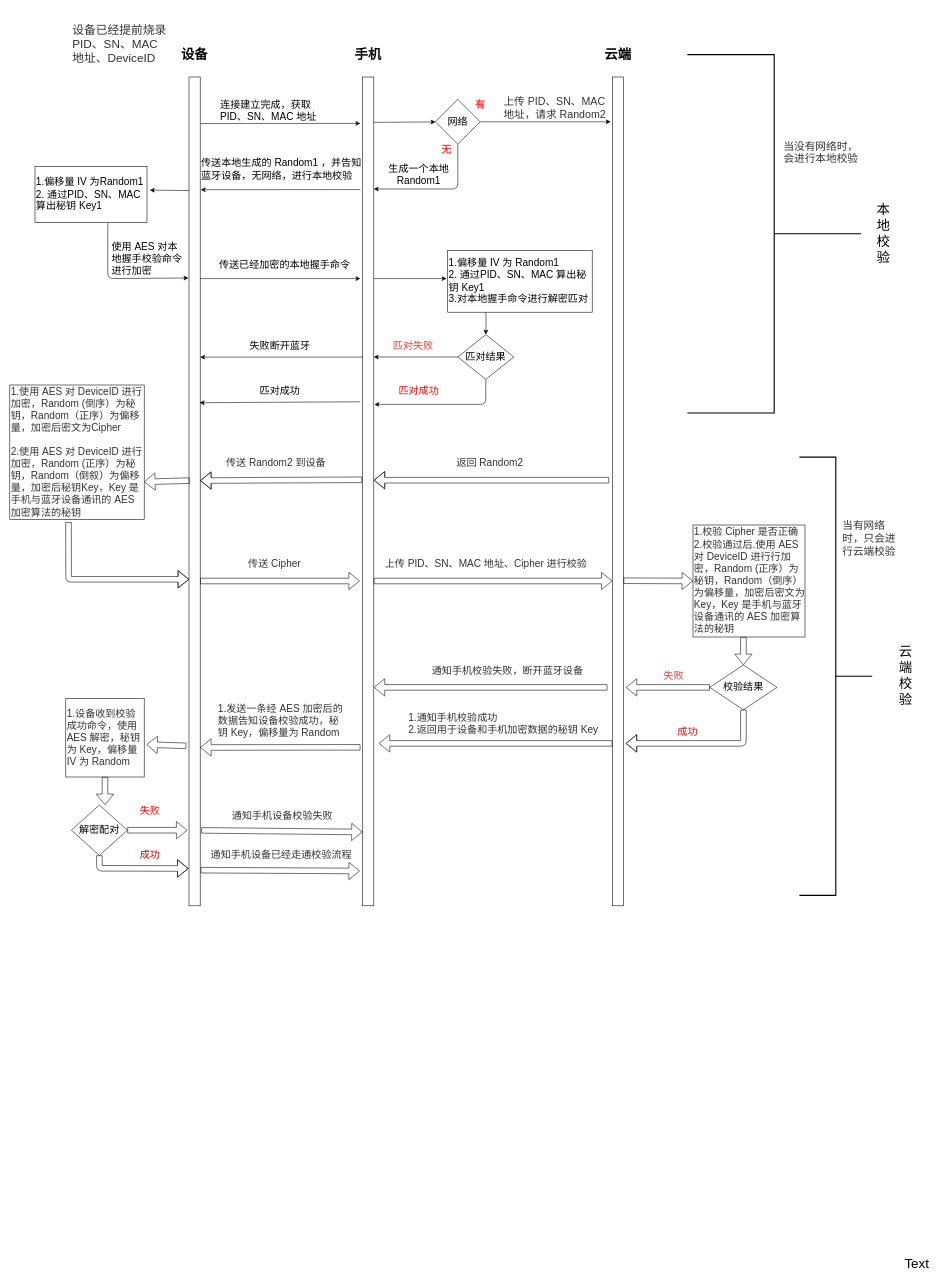
This is Untitled Diagram.drawio from luyonghe/apple-developer-documentation-chinese, a draw.io file, before an edit. Source tidied: cells renumbered, new cells numbered last; positions are measured from the earlier drawing's top-left corner, leaving out a move shared by most shapes. Both pictures are drawn from the tidied source at 56%, with x=0, y=0 at pixel (10, 10).
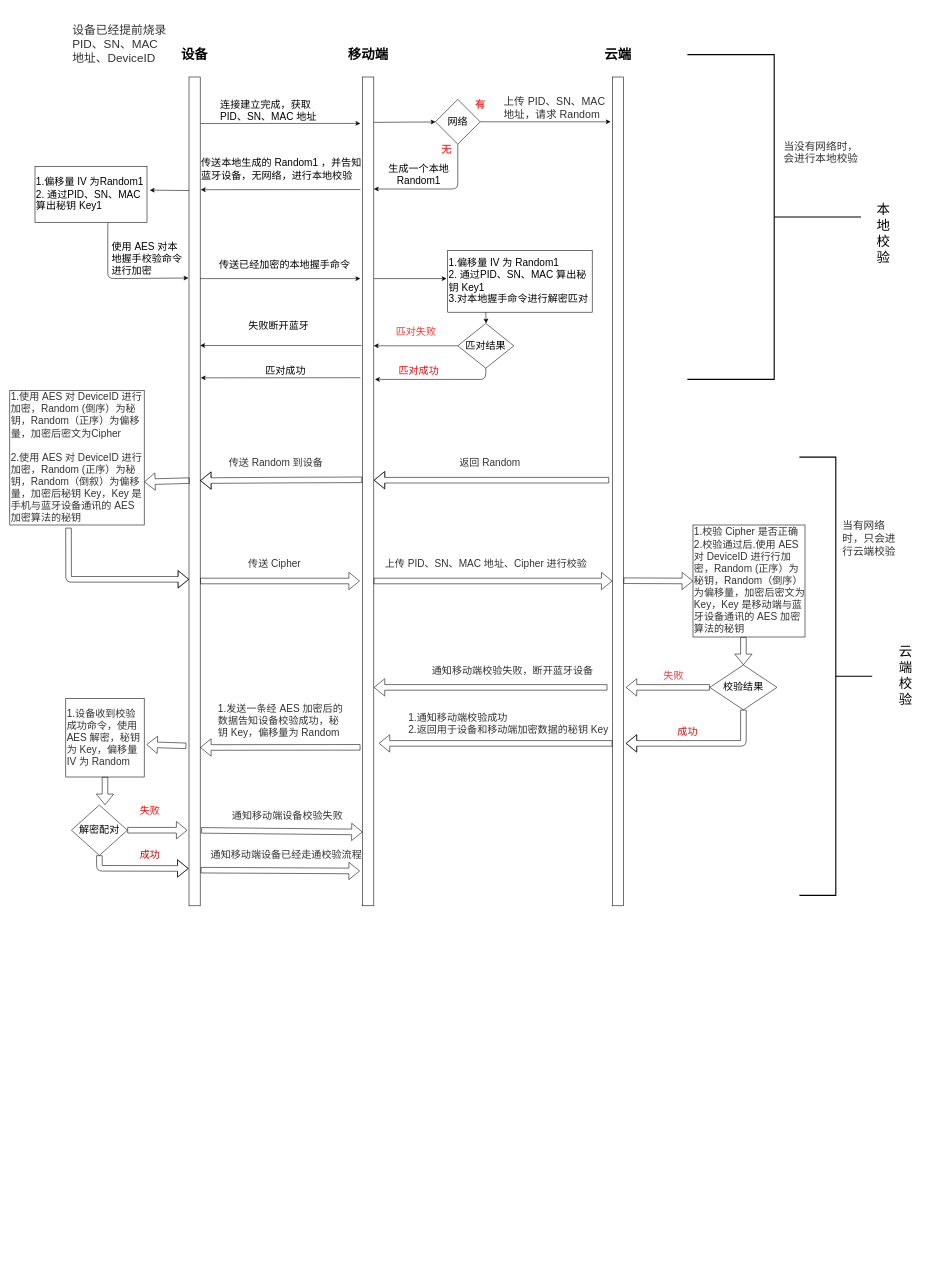
After the change.

The change refers to these unchanged cells:
```xml
<mxCell id="2" style="html=1;points=[];perimeter=orthogonalPerimeter;" parent="1" vertex="1">
  <mxGeometry x="630" y="120" width="20" height="1480" as="geometry" />
</mxCell>
<mxCell id="7" style="html=1;points=[];perimeter=orthogonalPerimeter;" parent="1" vertex="1">
  <mxGeometry x="320" y="120" width="20" height="1480" as="geometry" />
</mxCell>
```

Diff of the diagram source:
```diff
@@
-    <mxCell id="5" value="&lt;h1&gt;手机&lt;/h1&gt;&lt;p&gt;&lt;br&gt;&lt;/p&gt;" style="text;html=1;strokeColor=none;fillColor=none;spacing=5;spacingTop=-20;whiteSpace=wrap;overflow=hidden;rounded=0;align=center;" parent="1" vertex="1">
+    <mxCell id="5" value="&lt;h1&gt;移动端&lt;/h1&gt;&lt;p&gt;&lt;br&gt;&lt;/p&gt;" style="text;html=1;strokeColor=none;fillColor=none;spacing=5;spacingTop=-20;whiteSpace=wrap;overflow=hidden;rounded=0;align=center;" parent="1" vertex="1">
       <mxGeometry x="580" y="60" width="120" height="40" as="geometry" />
     </mxCell>
@@
-    <mxCell id="15" value="&lt;span style=&quot;color: rgb(50 , 50 , 50) ; font-size: 19px ; text-align: center ; background-color: rgba(255 , 255 , 255 , 0.01)&quot;&gt;上传 PID、SN、MAC地址，请求 Random2&amp;nbsp;&lt;/span&gt;" style="text;html=1;strokeColor=none;fillColor=none;align=left;verticalAlign=middle;whiteSpace=wrap;rounded=0;fontSize=19;" parent="1" vertex="1">
+    <mxCell id="15" value="&lt;span style=&quot;color: rgb(50 , 50 , 50) ; font-size: 19px ; text-align: center ; background-color: rgba(255 , 255 , 255 , 0.01)&quot;&gt;上传 PID、SN、MAC地址，请求 Random&amp;nbsp;&lt;/span&gt;" style="text;html=1;strokeColor=none;fillColor=none;align=left;verticalAlign=middle;whiteSpace=wrap;rounded=0;fontSize=19;" parent="1" vertex="1">
       <mxGeometry x="880" y="160" width="190" height="30" as="geometry" />
     </mxCell>
-    <mxCell id="16" style="endArrow=classic;html=1;exitX=0.05;exitY=0.338;exitDx=0;exitDy=0;exitPerimeter=0;" parent="1" edge="1" source="2" target="7">
+    <mxCell id="16" style="endArrow=classic;html=1;exitX=-0.1;exitY=0.324;exitDx=0;exitDy=0;exitPerimeter=0;" parent="1" edge="1" source="2" target="7">
       <mxGeometry relative="1" as="geometry" />
     </mxCell>
@@
     <mxCell id="27" value="匹对结果" style="rhombus;whiteSpace=wrap;html=1;align=center;fontSize=18;" parent="1" vertex="1">
-      <mxGeometry x="800" y="580" width="100" height="80" as="geometry" />
+      <mxGeometry x="800" y="560" width="100" height="80" as="geometry" />
     </mxCell>
@@
     <mxCell id="29" value="匹对失败" style="text;html=1;align=center;verticalAlign=middle;fontSize=18;fontColor=#FF3333;" parent="1" vertex="1">
-      <mxGeometry x="675" y="585" width="90" height="30" as="geometry" />
+      <mxGeometry x="680" y="560" width="90" height="30" as="geometry" />
     </mxCell>
     <mxCell id="30" value="失败断开蓝牙" style="text;html=1;align=center;verticalAlign=middle;fontSize=18;" parent="1" vertex="1">
-      <mxGeometry x="422" y="585" width="120" height="30" as="geometry" />
+      <mxGeometry x="420" y="550" width="120" height="30" as="geometry" />
     </mxCell>
-    <mxCell id="31" style="edgeStyle=segmentEdgeStyle;endArrow=classic;html=1;exitX=0.5;exitY=1;exitDx=0;exitDy=0;entryX=1.05;entryY=0.395;entryDx=0;entryDy=0;entryPerimeter=0;" parent="1" edge="1" source="27" target="2">
+    <mxCell id="31" style="edgeStyle=segmentEdgeStyle;endArrow=classic;html=1;exitX=0.5;exitY=1;exitDx=0;exitDy=0;" parent="1" edge="1" source="27">
       <mxGeometry relative="1" as="geometry">
+        <mxPoint x="652" y="660" as="targetPoint" />
         <Array as="points">
-          <mxPoint x="850" y="705" />
+          <mxPoint x="850" y="660" />
         </Array>
       </mxGeometry>
     </mxCell>
     <mxCell id="32" value="匹对成功" style="text;html=1;align=center;verticalAlign=middle;fontSize=18;fontColor=#FF0000;" parent="1" vertex="1">
-      <mxGeometry x="685" y="665" width="90" height="30" as="geometry" />
+      <mxGeometry x="685" y="630" width="90" height="30" as="geometry" />
     </mxCell>
-    <mxCell id="33" style="endArrow=classic;html=1;entryX=0.95;entryY=0.393;entryDx=0;entryDy=0;entryPerimeter=0;" parent="1" edge="1" target="7">
+    <mxCell id="33" style="endArrow=classic;html=1;entryX=1.05;entryY=0.363;entryDx=0;entryDy=0;entryPerimeter=0;" parent="1" edge="1" target="7">
       <mxGeometry relative="1" as="geometry">
-        <mxPoint x="626" y="700" as="sourcePoint" />
+        <mxPoint x="626" y="657" as="sourcePoint" />
       </mxGeometry>
     </mxCell>
     <mxCell id="34" value="匹对成功" style="text;html=1;align=center;verticalAlign=middle;fontSize=18;" parent="1" vertex="1">
-      <mxGeometry x="437" y="665" width="90" height="30" as="geometry" />
+      <mxGeometry x="446.5" y="630" width="90" height="30" as="geometry" />
     </mxCell>
@@
-    <mxCell id="37" value="&lt;span style=&quot;color: rgb(50, 50, 50); font-size: 18px; background-color: rgba(255, 255, 255, 0.01);&quot;&gt;返回 Random2&lt;/span&gt;" style="text;html=1;align=center;verticalAlign=middle;fontSize=18;" parent="1" vertex="1">
-      <mxGeometry x="792" y="795" width="130" height="30" as="geometry" />
+    <mxCell id="37" value="&lt;span style=&quot;color: rgb(50 , 50 , 50) ; font-size: 18px ; background-color: rgba(255 , 255 , 255 , 0.01)&quot;&gt;返回 Random&lt;/span&gt;" style="text;html=1;align=center;verticalAlign=middle;fontSize=18;" parent="1" vertex="1">
+      <mxGeometry x="797" y="795" width="120" height="30" as="geometry" />
     </mxCell>
@@
-    <mxCell id="39" value="&lt;span style=&quot;color: rgb(50, 50, 50); font-size: 18px; background-color: rgba(255, 255, 255, 0.01);&quot;&gt;传送 Random2 到设备&lt;/span&gt;" style="text;html=1;align=center;verticalAlign=middle;fontSize=18;" parent="1" vertex="1">
-      <mxGeometry x="380" y="795" width="190" height="30" as="geometry" />
+    <mxCell id="39" value="&lt;span style=&quot;color: rgb(50 , 50 , 50) ; font-size: 18px ; background-color: rgba(255 , 255 , 255 , 0.01)&quot;&gt;传送 Random 到设备&lt;/span&gt;" style="text;html=1;align=center;verticalAlign=middle;fontSize=18;" parent="1" vertex="1">
+      <mxGeometry x="385" y="795" width="180" height="30" as="geometry" />
     </mxCell>
@@
-    <mxCell id="41" value="&lt;div style=&quot;resize: none; outline: none; font-size: 18px; color: rgb(50, 50, 50); background-color: rgba(255, 255, 255, 0.01);&quot;&gt;1.使用 AES 对 DeviceID 进行加密，Random (倒序）为秘钥，Random（正序）为偏移量，加密后密文为Cipher&lt;/div&gt;&lt;div style=&quot;resize: none; outline: none; font-size: 18px; color: rgb(50, 50, 50); background-color: rgba(255, 255, 255, 0.01);&quot;&gt;&lt;br style=&quot;font-size: 18px;&quot;&gt;&lt;/div&gt;&lt;span style=&quot;color: rgb(50, 50, 50); font-size: 18px; background-color: rgba(255, 255, 255, 0.01);&quot;&gt;2.使用 AES 对 DeviceID 进行加密，Random (正序）为秘钥，Random（倒叙）为偏移量，加密后秘钥Key，Key 是手机与蓝牙设备通讯的 AES 加密算法的秘钥&lt;/span&gt;" style="whiteSpace=wrap;html=1;fontColor=#000000;align=left;fontSize=18;" parent="1" vertex="1">
-      <mxGeometry y="670" width="240" height="240" as="geometry" />
+    <mxCell id="41" value="&lt;div style=&quot;resize: none ; outline: none ; font-size: 18px ; color: rgb(50 , 50 , 50) ; background-color: rgba(255 , 255 , 255 , 0.01)&quot;&gt;1.使用 AES 对 DeviceID 进行加密，Random (倒序）为秘钥，Random（正序）为偏移量，加密后密文为Cipher&lt;/div&gt;&lt;div style=&quot;resize: none ; outline: none ; font-size: 18px ; color: rgb(50 , 50 , 50) ; background-color: rgba(255 , 255 , 255 , 0.01)&quot;&gt;&lt;br style=&quot;font-size: 18px&quot;&gt;&lt;/div&gt;&lt;span style=&quot;color: rgb(50 , 50 , 50) ; font-size: 18px ; background-color: rgba(255 , 255 , 255 , 0.01)&quot;&gt;2.使用 AES 对 DeviceID 进行加密，Random (正序）为秘钥，Random（倒叙）为偏移量，加密后秘钥 Key，Key 是手机与蓝牙设备通讯的 AES 加密算法的秘钥&lt;/span&gt;" style="whiteSpace=wrap;html=1;fontColor=#000000;align=left;fontSize=18;" parent="1" vertex="1">
+      <mxGeometry y="680" width="240" height="240" as="geometry" />
     </mxCell>
@@
-    <mxCell id="48" value="&lt;span style=&quot;color: rgb(50, 50, 50); font-size: 18px; background-color: rgba(255, 255, 255, 0.01);&quot;&gt;1.校验 Cipher 是否正确&lt;/span&gt;&lt;div style=&quot;resize: none; outline: none; font-size: 18px; color: rgb(50, 50, 50); background-color: rgba(255, 255, 255, 0.01);&quot;&gt;2.校验通过后.使用 AES 对 DeviceID 进行行加密，Random (正序）为秘钥，Random（倒序）为偏移量，加密后密文为Key，Key 是手机与蓝牙设备通讯的 AES 加密算法的秘钥&lt;/div&gt;" style="whiteSpace=wrap;html=1;fontColor=#000000;align=left;fontSize=18;" parent="1" vertex="1">
+    <mxCell id="48" value="&lt;span style=&quot;color: rgb(50 , 50 , 50) ; font-size: 18px ; background-color: rgba(255 , 255 , 255 , 0.01)&quot;&gt;1.校验 Cipher 是否正确&lt;/span&gt;&lt;div style=&quot;resize: none ; outline: none ; font-size: 18px ; color: rgb(50 , 50 , 50) ; background-color: rgba(255 , 255 , 255 , 0.01)&quot;&gt;2.校验通过后.使用 AES 对 DeviceID 进行行加密，Random (正序）为秘钥，Random（倒序）为偏移量，加密后密文为Key，Key 是移动端与蓝牙设备通讯的 AES 加密算法的秘钥&lt;/div&gt;" style="whiteSpace=wrap;html=1;fontColor=#000000;align=left;fontSize=18;" parent="1" vertex="1">
       <mxGeometry x="1220" y="920" width="200" height="200" as="geometry" />
     </mxCell>
@@
-    <mxCell id="56" value="&lt;span style=&quot;color: rgb(50, 50, 50); font-size: 18px; text-align: center; background-color: rgba(255, 255, 255, 0.01);&quot;&gt;通知手机校验失败，断开蓝牙设备&lt;/span&gt;" style="text;html=1;align=left;verticalAlign=middle;fontSize=18;" parent="1" vertex="1">
-      <mxGeometry x="752" y="1165" width="290" height="30" as="geometry" />
+    <mxCell id="56" value="&lt;span style=&quot;color: rgb(50 , 50 , 50) ; font-size: 18px ; text-align: center ; background-color: rgba(255 , 255 , 255 , 0.01)&quot;&gt;通知移动端校验失败，断开蓝牙设备&lt;/span&gt;" style="text;html=1;align=left;verticalAlign=middle;fontSize=18;" parent="1" vertex="1">
+      <mxGeometry x="752" y="1165" width="300" height="30" as="geometry" />
     </mxCell>
@@
-    <mxCell id="58" value="&lt;span style=&quot;color: rgb(50, 50, 50); font-size: 18px; background-color: rgba(255, 255, 255, 0.01);&quot;&gt;1.通知手机校验成功&lt;/span&gt;&lt;div style=&quot;resize: none; outline: none; font-size: 18px; color: rgb(50, 50, 50); background-color: rgba(255, 255, 255, 0.01);&quot;&gt;2.返回用于设备和手机加密数据的秘钥 Key&lt;/div&gt;" style="text;html=1;align=left;verticalAlign=middle;fontSize=18;" parent="1" vertex="1">
-      <mxGeometry x="710" y="1250" width="350" height="50" as="geometry" />
+    <mxCell id="58" value="&lt;span style=&quot;color: rgb(50 , 50 , 50) ; font-size: 18px ; background-color: rgba(255 , 255 , 255 , 0.01)&quot;&gt;1.通知移动端校验成功&lt;/span&gt;&lt;div style=&quot;resize: none ; outline: none ; font-size: 18px ; color: rgb(50 , 50 , 50) ; background-color: rgba(255 , 255 , 255 , 0.01)&quot;&gt;2.返回用于设备和移动端加密数据的秘钥 Key&lt;/div&gt;" style="text;html=1;align=left;verticalAlign=middle;fontSize=18;" parent="1" vertex="1">
+      <mxGeometry x="710" y="1250" width="370" height="50" as="geometry" />
     </mxCell>
@@
-    <mxCell id="72" value="&lt;span style=&quot;color: rgb(50, 50, 50); font-size: 18px; background-color: rgba(255, 255, 255, 0.01);&quot;&gt;通知手机设备校验失败&lt;/span&gt;" style="text;html=1;align=left;verticalAlign=middle;fontSize=18;" parent="1" vertex="1">
-      <mxGeometry x="395" y="1425" width="200" height="30" as="geometry" />
+    <mxCell id="72" value="&lt;span style=&quot;color: rgb(50 , 50 , 50) ; font-size: 18px ; background-color: rgba(255 , 255 , 255 , 0.01)&quot;&gt;通知移动端设备校验失败&lt;/span&gt;" style="text;html=1;align=left;verticalAlign=middle;fontSize=18;" parent="1" vertex="1">
+      <mxGeometry x="395" y="1425" width="210" height="30" as="geometry" />
     </mxCell>
-    <mxCell id="73" value="&lt;span style=&quot;color: rgb(50, 50, 50); font-size: 18px; background-color: rgba(255, 255, 255, 0.01);&quot;&gt;通知手机设备已经走通校验流程&lt;/span&gt;" style="text;html=1;align=left;verticalAlign=middle;fontSize=18;" parent="1" vertex="1">
-      <mxGeometry x="356.5" y="1495" width="270" height="30" as="geometry" />
+    <mxCell id="73" value="&lt;span style=&quot;color: rgb(50 , 50 , 50) ; font-size: 18px ; background-color: rgba(255 , 255 , 255 , 0.01)&quot;&gt;通知移动端设备已经走通校验流程&lt;/span&gt;" style="text;html=1;align=left;verticalAlign=middle;fontSize=18;" parent="1" vertex="1">
+      <mxGeometry x="356.5" y="1495" width="290" height="30" as="geometry" />
     </mxCell>
@@
     <mxCell id="77" style="strokeWidth=2;html=1;shape=mxgraph.flowchart.annotation_2;align=left;labelPosition=right;fontSize=18;fontColor=#CC0000;direction=west;" parent="1" vertex="1">
-      <mxGeometry x="1210" y="80" width="310" height="640" as="geometry" />
+      <mxGeometry x="1210" y="80" width="310" height="580" as="geometry" />
     </mxCell>
@@
-    <mxCell id="83" value="Text" style="text;html=1;strokeColor=none;fillColor=none;align=center;verticalAlign=middle;whiteSpace=wrap;rounded=0;fontSize=24;fontColor=#000000;" parent="1" vertex="1">
-      <mxGeometry x="1600" y="2230" width="40" height="20" as="geometry" />
-    </mxCell>
```
